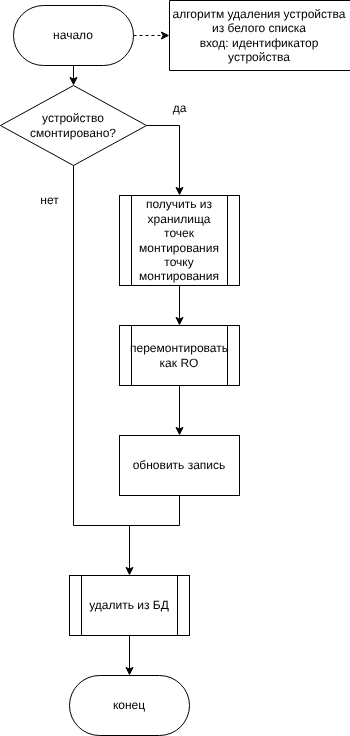
Earlier version of the draw.io export Notes/report/inc/img/delete_from_white_list_algo.drawio.png (pitsmit/Diploma_IU7_2026). Source tidied: cells renumbered, new cells last; positions are measured from the earlier drawing's top-left corner, leaving out a move shared by most shapes.
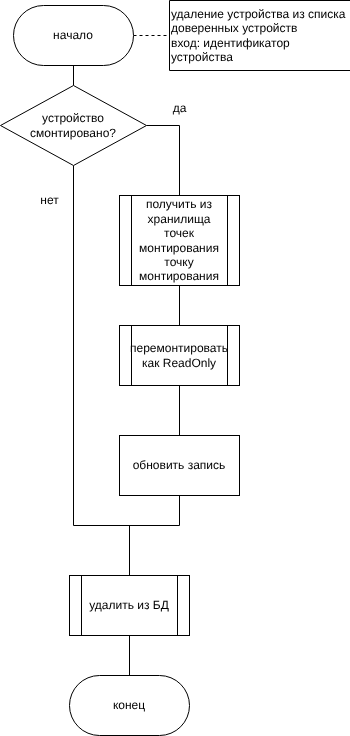
Later version of the same file.

Diff of the diagram source:
```diff
@@ -2,10 +2,10 @@
   <root>
     <mxCell id="0" />
     <mxCell id="1" parent="0" />
-    <mxCell id="2" style="edgeStyle=none;html=1;entryX=0.5;entryY=1;entryDx=0;entryDy=0;dashed=1;" parent="1" edge="1" source="4" target="6">
+    <mxCell id="2" style="edgeStyle=none;html=1;entryX=0.5;entryY=1;entryDx=0;entryDy=0;dashed=1;endArrow=none;endFill=0;" parent="1" edge="1" source="4" target="6">
       <mxGeometry relative="1" as="geometry" />
     </mxCell>
-    <mxCell id="3" style="edgeStyle=none;html=1;entryX=0.5;entryY=0;entryDx=0;entryDy=0;" parent="1" edge="1" source="4" target="9">
+    <mxCell id="3" style="edgeStyle=none;html=1;entryX=0.5;entryY=0;entryDx=0;entryDy=0;endArrow=none;endFill=0;" parent="1" edge="1" source="4" target="9">
       <mxGeometry relative="1" as="geometry" />
     </mxCell>
     <mxCell id="4" value="начало" style="rounded=1;whiteSpace=wrap;html=1;arcSize=50;" parent="1" vertex="1">
@@ -14,10 +14,10 @@
     <mxCell id="5" value="конец" style="rounded=1;whiteSpace=wrap;html=1;arcSize=50;" parent="1" vertex="1">
       <mxGeometry x="69" y="675" width="120" height="60" as="geometry" />
     </mxCell>
-    <mxCell id="6" value="алгоритм удаления устройства из белого списка&lt;div&gt;вход: идентификатор устройства&lt;/div&gt;" style="shape=partialRectangle;whiteSpace=wrap;html=1;bottom=1;right=1;left=1;top=0;fillColor=none;routingCenterX=-0.5;direction=south;" parent="1" vertex="1">
+    <mxCell id="6" value="&lt;font style=&quot;color: rgb(0, 0, 0);&quot;&gt;удаление устройства из списка доверенных устройств&lt;/font&gt;&lt;div&gt;&lt;font style=&quot;color: rgb(0, 0, 0);&quot;&gt;вход: идентификатор устройства&lt;/font&gt;&lt;/div&gt;" style="shape=partialRectangle;whiteSpace=wrap;html=1;bottom=1;right=1;left=1;top=0;fillColor=none;routingCenterX=-0.5;direction=south;align=left;" parent="1" vertex="1">
       <mxGeometry x="169" width="180" height="70" as="geometry" />
     </mxCell>
-    <mxCell id="7" style="edgeStyle=none;html=1;exitX=1;exitY=0.5;exitDx=0;exitDy=0;entryX=0.5;entryY=0;entryDx=0;entryDy=0;rounded=0;curved=0;" parent="1" edge="1" source="9" target="11">
+    <mxCell id="7" style="edgeStyle=none;html=1;exitX=1;exitY=0.5;exitDx=0;exitDy=0;entryX=0.5;entryY=0;entryDx=0;entryDy=0;rounded=0;curved=0;endArrow=none;endFill=0;" parent="1" edge="1" source="9" target="11">
       <mxGeometry relative="1" as="geometry">
         <Array as="points">
           <mxPoint x="179" y="125" />
@@ -35,7 +35,7 @@
     <mxCell id="9" value="&lt;span style=&quot;color: rgb(0, 0, 0);&quot;&gt;устройство смонтировано?&lt;/span&gt;" style="rhombus;whiteSpace=wrap;html=1;" parent="1" vertex="1">
       <mxGeometry y="85" width="146" height="80" as="geometry" />
     </mxCell>
-    <mxCell id="10" style="edgeStyle=none;html=1;" parent="1" edge="1" source="11" target="15">
+    <mxCell id="10" style="edgeStyle=none;html=1;endArrow=none;endFill=0;" parent="1" edge="1" source="11" target="15">
       <mxGeometry relative="1" as="geometry" />
     </mxCell>
     <mxCell id="11" value="получить из хранилища точек монтирования точку монтирования" style="shape=process;whiteSpace=wrap;html=1;backgroundOutline=1;" parent="1" vertex="1">
@@ -47,16 +47,16 @@
     <mxCell id="13" value="нет" style="text;html=1;align=center;verticalAlign=middle;strokeColor=none;fillColor=none;" parent="1" vertex="1">
       <mxGeometry x="29" y="185" width="40" height="30" as="geometry" />
     </mxCell>
-    <mxCell id="14" style="edgeStyle=none;html=1;entryX=0.5;entryY=0;entryDx=0;entryDy=0;" parent="1" edge="1" source="15" target="19">
+    <mxCell id="14" style="edgeStyle=none;html=1;entryX=0.5;entryY=0;entryDx=0;entryDy=0;endArrow=none;endFill=0;" parent="1" edge="1" source="15" target="19">
       <mxGeometry relative="1" as="geometry" />
     </mxCell>
-    <mxCell id="15" value="перемонтировать&lt;div&gt;как RO&lt;/div&gt;" style="shape=process;whiteSpace=wrap;html=1;backgroundOutline=1;" parent="1" vertex="1">
+    <mxCell id="15" value="перемонтировать&lt;div&gt;&lt;font style=&quot;color: rgb(0, 0, 0);&quot;&gt;как ReadOnly&lt;/font&gt;&lt;/div&gt;" style="shape=process;whiteSpace=wrap;html=1;backgroundOutline=1;" parent="1" vertex="1">
       <mxGeometry x="119" y="325" width="120" height="60" as="geometry" />
     </mxCell>
-    <mxCell id="16" style="edgeStyle=none;html=1;entryX=0.5;entryY=0;entryDx=0;entryDy=0;" parent="1" edge="1" source="18" target="5">
+    <mxCell id="16" style="edgeStyle=none;html=1;entryX=0.5;entryY=0;entryDx=0;entryDy=0;endArrow=none;endFill=0;" parent="1" edge="1" source="18" target="5">
       <mxGeometry relative="1" as="geometry" />
     </mxCell>
-    <mxCell id="17" style="edgeStyle=none;html=1;endArrow=none;endFill=0;startArrow=classic;startFill=1;" parent="1" edge="1" source="18">
+    <mxCell id="17" style="edgeStyle=none;html=1;endArrow=none;endFill=0;startArrow=none;startFill=0;" parent="1" edge="1" source="18">
       <mxGeometry relative="1" as="geometry">
         <mxPoint x="129" y="525" as="targetPoint" />
       </mxGeometry>
```
